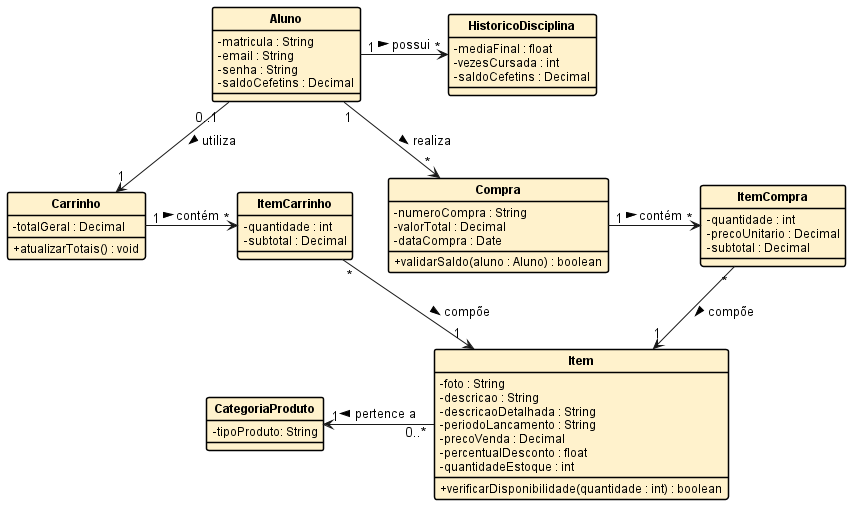
Earlier version of the PlantUML export docs/img/modelo_essencial.png (evandrovieiramafort/rascunhoIntegrador).
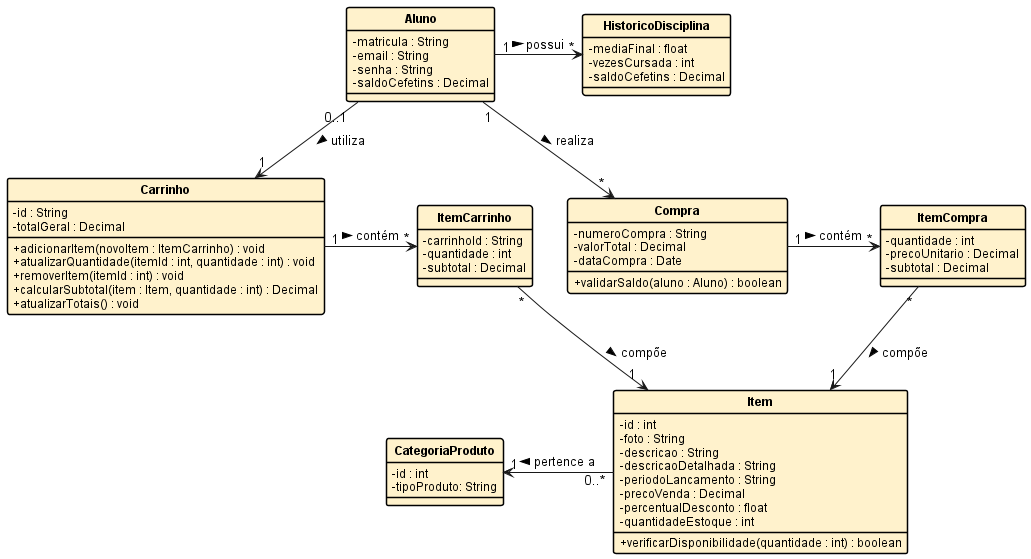
The same file after the commit.

What changed in the source:
```diff
@@ -15,10 +15,12 @@
 }
 
 class "<b>CategoriaProduto</b>" as CategoriaProduto {
+  - id : int
   - tipoProduto: String
 }
 
 class "<b>Item</b>" as Item {
+  - id : int
   - foto : String
   - descricao : String
   - descricaoDetalhada : String
@@ -30,11 +32,17 @@
 }
 
 class "<b>Carrinho</b>" as Carrinho {
+  - id : String
   - totalGeral : Decimal
+  + adicionarItem(novoItem : ItemCarrinho) : void
+  + atualizarQuantidade(itemId : int, quantidade : int) : void
+  + removerItem(itemId : int) : void
+  + calcularSubtotal(item : Item, quantidade : int) : Decimal
   + atualizarTotais() : void
 }
 
 class "<b>ItemCarrinho</b>" as ItemCarrinho {
+  - carrinhoId : String
   - quantidade : int
   - subtotal : Decimal
 }
@@ -52,7 +60,6 @@
   - subtotal : Decimal
 }
 
-
 Aluno "1" -right-> "*" HistoricoDisciplina : possui >
 Aluno "0..1" -down-> "1" Carrinho : utiliza >
 Carrinho "1" -right-> "*" ItemCarrinho : contém >
@@ -62,5 +69,4 @@
 ItemCompra "*" -down-> "1" Item : compõe >
 Item "0..*" -left-> "1" CategoriaProduto : pertence a >
 
-
 @enduml
```
